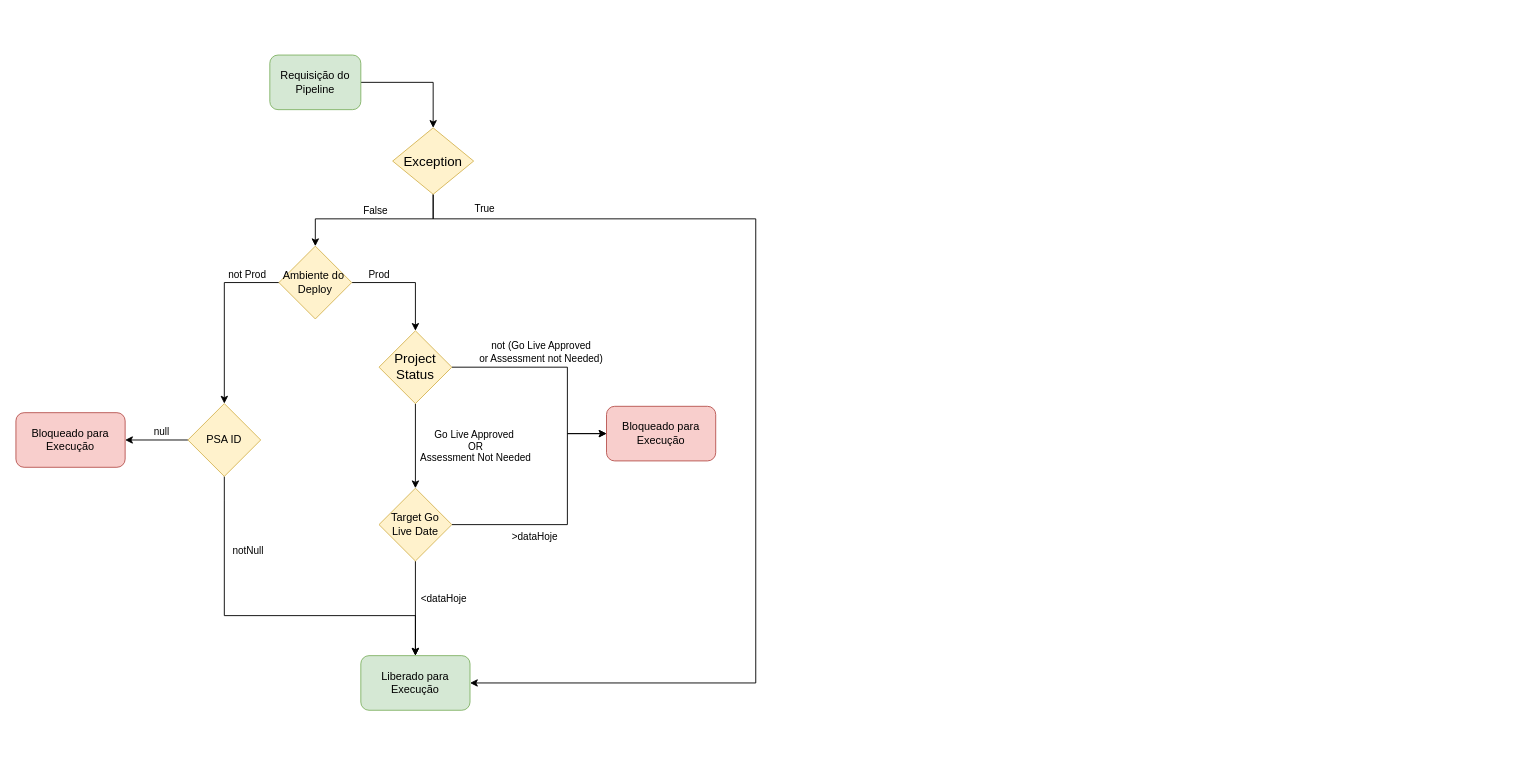
Earlier version of the draw.io diagram DevSec.drawio (jovblopes/Internet-of-Things). Source tidied: cells renumbered, new cells numbered last; positions are measured from the earlier drawing's top-left corner, leaving out a move shared by most shapes. Both pictures are drawn from the tidied source at 91%, with x=0, y=0 at pixel (15, 55).
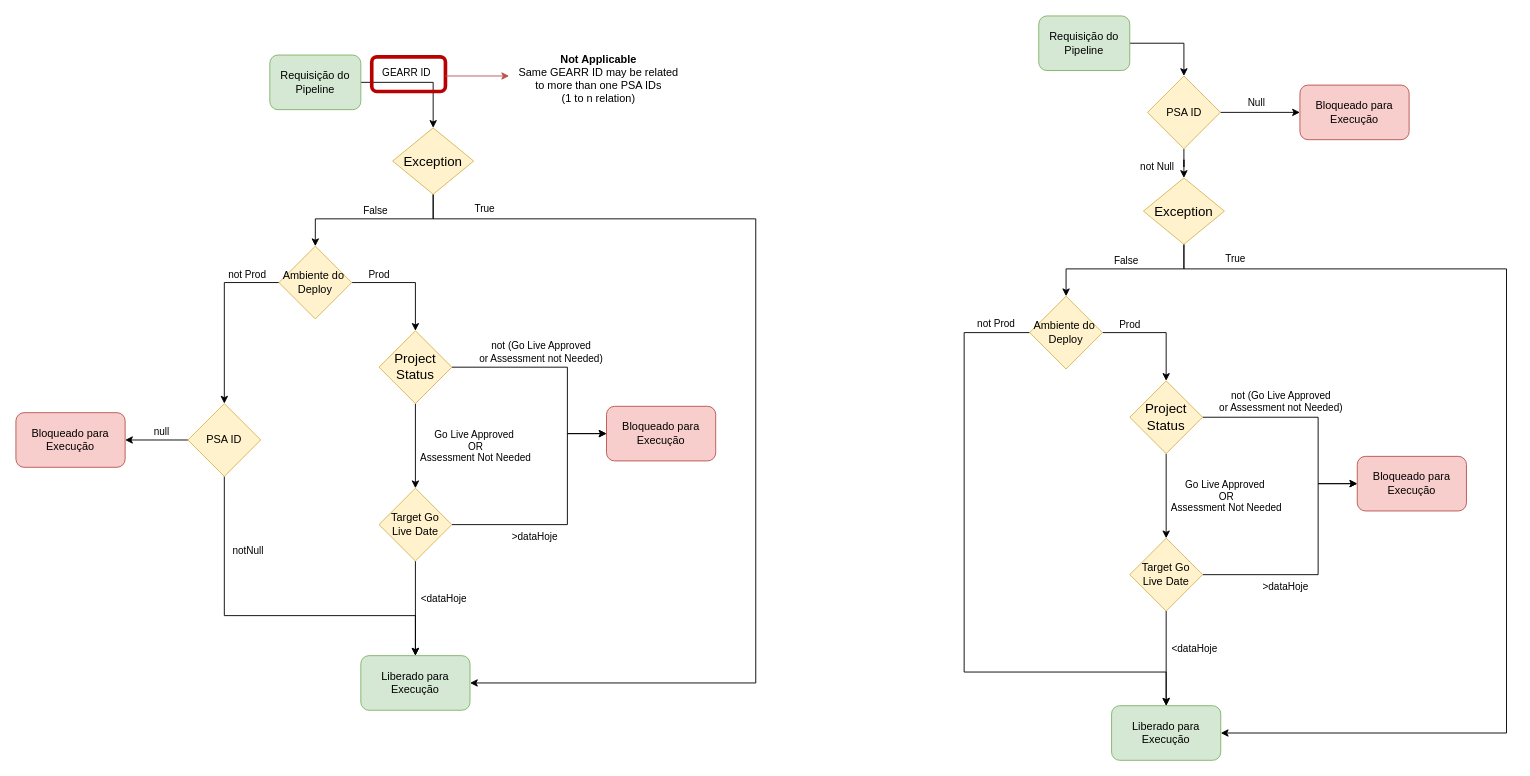
The same diagram, later.

Unchanged cells that the change refers to:
```xml
<mxCell id="2" style="edgeStyle=orthogonalEdgeStyle;rounded=0;jettySize=auto;html=1;entryX=0.5;entryY=0;entryDx=0;entryDy=0;" parent="1" edge="1" source="3" target="8">
  <mxGeometry relative="1" as="geometry" />
</mxCell>
```

What changed in the source:
```diff
@@
+    <mxCell id="31" value="GEARR ID" style="edgeLabel;html=1;align=center;verticalAlign=middle;" parent="2" vertex="1">
+      <mxGeometry x="-0.01" y="-3" relative="1" as="geometry">
+        <mxPoint x="-15" y="-15" as="offset" />
+      </mxGeometry>
+    </mxCell>
@@
+    <mxCell id="32" style="edgeStyle=orthogonalEdgeStyle;rounded=0;jettySize=auto;html=1;entryX=0.5;entryY=0;entryDx=0;entryDy=0;" parent="1" edge="1" source="33" target="60">
+      <mxGeometry relative="1" as="geometry" />
+    </mxCell>
+    <mxCell id="33" value="Requisição do Pipeline" style="rounded=1;whiteSpace=wrap;html=1;fillColor=#d5e8d4;strokeColor=#82b366;" parent="1" vertex="1">
+      <mxGeometry x="1124" y="-43" width="100" height="60" as="geometry" />
+    </mxCell>
+    <mxCell id="34" style="edgeStyle=orthogonalEdgeStyle;rounded=0;jettySize=auto;html=1;entryX=0.5;entryY=0;entryDx=0;entryDy=0;" parent="1" edge="1" source="38" target="44">
+      <mxGeometry relative="1" as="geometry">
+        <Array as="points">
+          <mxPoint x="1284" y="235" />
+          <mxPoint x="1154" y="235" />
+        </Array>
+      </mxGeometry>
+    </mxCell>
+    <mxCell id="35" value="False" style="edgeLabel;html=1;align=center;verticalAlign=middle;" parent="34" vertex="1">
+      <mxGeometry x="0.03" y="-2" relative="1" as="geometry">
+        <mxPoint x="5" y="-8" as="offset" />
+      </mxGeometry>
+    </mxCell>
+    <mxCell id="36" style="edgeStyle=orthogonalEdgeStyle;rounded=0;jettySize=auto;html=1;entryX=1;entryY=0.5;entryDx=0;entryDy=0;" parent="1" edge="1" source="38" target="39">
+      <mxGeometry relative="1" as="geometry">
+        <Array as="points">
+          <mxPoint x="1283" y="235" />
+          <mxPoint x="1638" y="235" />
+          <mxPoint x="1638" y="745" />
+        </Array>
+      </mxGeometry>
+    </mxCell>
+    <mxCell id="37" value="True" style="edgeLabel;html=1;align=center;verticalAlign=middle;" parent="36" vertex="1">
+      <mxGeometry x="0.22" y="3" relative="1" as="geometry">
+        <mxPoint x="-302" y="-365" as="offset" />
+      </mxGeometry>
+    </mxCell>
+    <mxCell id="38" value="&lt;span lang=&quot;EN-US&quot; style=&quot;font-size: 11pt ; font-family: &amp;#34;calibri&amp;#34; , sans-serif&quot;&gt;Exception&lt;/span&gt;" style="rhombus;whiteSpace=wrap;html=1;fillColor=#fff2cc;strokeColor=#d6b656;" parent="1" vertex="1">
+      <mxGeometry x="1239" y="135" width="89" height="73" as="geometry" />
+    </mxCell>
+    <mxCell id="39" value="Liberado para Execução" style="rounded=1;whiteSpace=wrap;html=1;fillColor=#d5e8d4;strokeColor=#82b366;" parent="1" vertex="1">
+      <mxGeometry x="1204" y="715" width="120" height="60" as="geometry" />
+    </mxCell>
+    <mxCell id="40" style="edgeStyle=orthogonalEdgeStyle;rounded=0;jettySize=auto;html=1;entryX=0.5;entryY=0;entryDx=0;entryDy=0;exitX=1;exitY=0.5;exitDx=0;exitDy=0;" parent="1" edge="1" source="44" target="48">
+      <mxGeometry relative="1" as="geometry">
+        <Array as="points">
+          <mxPoint x="1264" y="305" />
+        </Array>
+      </mxGeometry>
+    </mxCell>
+    <mxCell id="41" value="Prod" style="edgeLabel;html=1;align=center;verticalAlign=middle;" parent="40" vertex="1">
+      <mxGeometry x="-0.2" relative="1" as="geometry">
+        <mxPoint x="-20" y="-10" as="offset" />
+      </mxGeometry>
+    </mxCell>
+    <mxCell id="42" style="edgeStyle=orthogonalEdgeStyle;rounded=0;jettySize=auto;html=1;entryX=0.5;entryY=0;entryDx=0;entryDy=0;" parent="1" edge="1" source="44" target="39">
+      <mxGeometry relative="1" as="geometry">
+        <Array as="points">
+          <mxPoint x="1042" y="305" />
+          <mxPoint x="1042" y="678" />
+          <mxPoint x="1264" y="678" />
+        </Array>
+      </mxGeometry>
+    </mxCell>
+    <mxCell id="43" value="not Prod" style="edgeLabel;html=1;align=center;verticalAlign=middle;" parent="42" vertex="1">
+      <mxGeometry x="-0.84" relative="1" as="geometry">
+        <mxPoint x="18" y="-11" as="offset" />
+      </mxGeometry>
+    </mxCell>
+    <mxCell id="44" value="Ambiente do&amp;nbsp;&lt;br&gt;Deploy" style="rhombus;whiteSpace=wrap;html=1;fillColor=#fff2cc;strokeColor=#d6b656;" parent="1" vertex="1">
+      <mxGeometry x="1114" y="265" width="80" height="80" as="geometry" />
+    </mxCell>
+    <mxCell id="45" style="edgeStyle=orthogonalEdgeStyle;rounded=0;jettySize=auto;html=1;entryX=0;entryY=0.5;entryDx=0;entryDy=0;exitX=1;exitY=0.5;exitDx=0;exitDy=0;" parent="1" edge="1" source="48" target="54">
+      <mxGeometry relative="1" as="geometry">
+        <Array as="points">
+          <mxPoint x="1431" y="398" />
+          <mxPoint x="1431" y="471" />
+        </Array>
+      </mxGeometry>
+    </mxCell>
+    <mxCell id="46" value="not (Go Live Approved &lt;br&gt;or Assessment not Needed)" style="edgeLabel;html=1;align=center;verticalAlign=middle;" parent="45" vertex="1">
+      <mxGeometry x="-0.25" y="-1" relative="1" as="geometry">
+        <mxPoint x="-6" y="-19" as="offset" />
+      </mxGeometry>
+    </mxCell>
+    <mxCell id="47" value="Go Live Approved&amp;nbsp;&lt;br&gt;OR&lt;br&gt;Assessment Not Needed" style="edgeStyle=orthogonalEdgeStyle;rounded=0;jettySize=auto;html=1;entryX=0.5;entryY=0;entryDx=0;entryDy=0;" parent="1" edge="1" source="48" target="53">
+      <mxGeometry x="0.02" y="66" relative="1" as="geometry" />
+    </mxCell>
+    <mxCell id="48" value="&lt;font face=&quot;calibri, sans-serif&quot;&gt;&lt;span style=&quot;font-size: 14.6667px&quot;&gt;Project Status&lt;/span&gt;&lt;/font&gt;" style="rhombus;whiteSpace=wrap;html=1;fillColor=#fff2cc;strokeColor=#d6b656;" parent="1" vertex="1">
+      <mxGeometry x="1224" y="358" width="80" height="80" as="geometry" />
+    </mxCell>
+    <mxCell id="49" style="edgeStyle=orthogonalEdgeStyle;rounded=0;jettySize=auto;html=1;exitX=1;exitY=0.5;exitDx=0;exitDy=0;entryX=0;entryY=0.5;entryDx=0;entryDy=0;" parent="1" edge="1" source="53" target="54">
+      <mxGeometry relative="1" as="geometry">
+        <Array as="points">
+          <mxPoint x="1431" y="571" />
+          <mxPoint x="1431" y="471" />
+        </Array>
+      </mxGeometry>
+    </mxCell>
+    <mxCell id="50" value="&amp;gt;dataHoje" style="edgeLabel;html=1;align=center;verticalAlign=middle;" parent="49" vertex="1">
+      <mxGeometry x="-0.81" relative="1" as="geometry">
+        <mxPoint x="64" y="12" as="offset" />
+      </mxGeometry>
+    </mxCell>
+    <mxCell id="51" style="edgeStyle=orthogonalEdgeStyle;rounded=0;jettySize=auto;html=1;entryX=0.5;entryY=0;entryDx=0;entryDy=0;" parent="1" edge="1" source="53" target="39">
+      <mxGeometry relative="1" as="geometry" />
+    </mxCell>
+    <mxCell id="52" value="&amp;lt;dataHoje" style="edgeLabel;html=1;align=center;verticalAlign=middle;" parent="51" vertex="1">
+      <mxGeometry x="-0.24" y="-2" relative="1" as="geometry">
+        <mxPoint x="32" as="offset" />
+      </mxGeometry>
+    </mxCell>
+    <mxCell id="53" value="Target Go Live Date" style="rhombus;whiteSpace=wrap;html=1;fillColor=#fff2cc;strokeColor=#d6b656;" parent="1" vertex="1">
+      <mxGeometry x="1224" y="531" width="80" height="80" as="geometry" />
+    </mxCell>
+    <mxCell id="54" value="Bloqueado para Execução" style="rounded=1;whiteSpace=wrap;html=1;fillColor=#f8cecc;strokeColor=#b85450;" parent="1" vertex="1">
+      <mxGeometry x="1474" y="441" width="120" height="60" as="geometry" />
+    </mxCell>
+    <mxCell id="55" style="rounded=1;whiteSpace=wrap;html=1;fillColor=none;strokeColor=#B80202;strokeWidth=4;" parent="1" vertex="1">
+      <mxGeometry x="391" y="2" width="81" height="38" as="geometry" />
+    </mxCell>
+    <mxCell id="56" value="&lt;b&gt;Not Applicable&lt;br&gt;&lt;/b&gt;Same GEARR ID may be related &lt;br&gt;to more than one PSA IDs&lt;br&gt;(1 to n relation)" style="text;html=1;align=center;verticalAlign=middle;strokeColor=none;" parent="1" vertex="1">
+      <mxGeometry x="547" y="-4" width="185" height="60" as="geometry" />
+    </mxCell>
+    <mxCell id="57" style="endArrow=classic;html=1;fillColor=#f8cecc;strokeColor=#b85450;" parent="1" edge="1">
+      <mxGeometry relative="1" as="geometry">
+        <mxPoint x="472" y="23" as="sourcePoint" />
+        <mxPoint x="542" y="23" as="targetPoint" />
+      </mxGeometry>
+    </mxCell>
+    <mxCell id="58" value="not Null" style="edgeStyle=orthogonalEdgeStyle;rounded=0;jettySize=auto;html=1;entryX=0.5;entryY=0;entryDx=0;entryDy=0;" parent="1" edge="1" source="60" target="38">
+      <mxGeometry x="0.5" y="-30" relative="1" as="geometry" />
+    </mxCell>
+    <mxCell id="59" value="Null" style="edgeStyle=orthogonalEdgeStyle;rounded=0;jettySize=auto;html=1;" parent="1" edge="1" source="60" target="61">
+      <mxGeometry x="-0.12" y="11" relative="1" as="geometry" />
+    </mxCell>
+    <mxCell id="60" value="PSA ID" style="rhombus;whiteSpace=wrap;html=1;fillColor=#fff2cc;strokeColor=#d6b656;" parent="1" vertex="1">
+      <mxGeometry x="1243.5" y="23" width="80" height="80" as="geometry" />
+    </mxCell>
+    <mxCell id="61" value="Bloqueado para Execução" style="rounded=1;whiteSpace=wrap;html=1;fillColor=#f8cecc;strokeColor=#b85450;" parent="1" vertex="1">
+      <mxGeometry x="1411" y="33" width="120" height="60" as="geometry" />
+    </mxCell>
```
